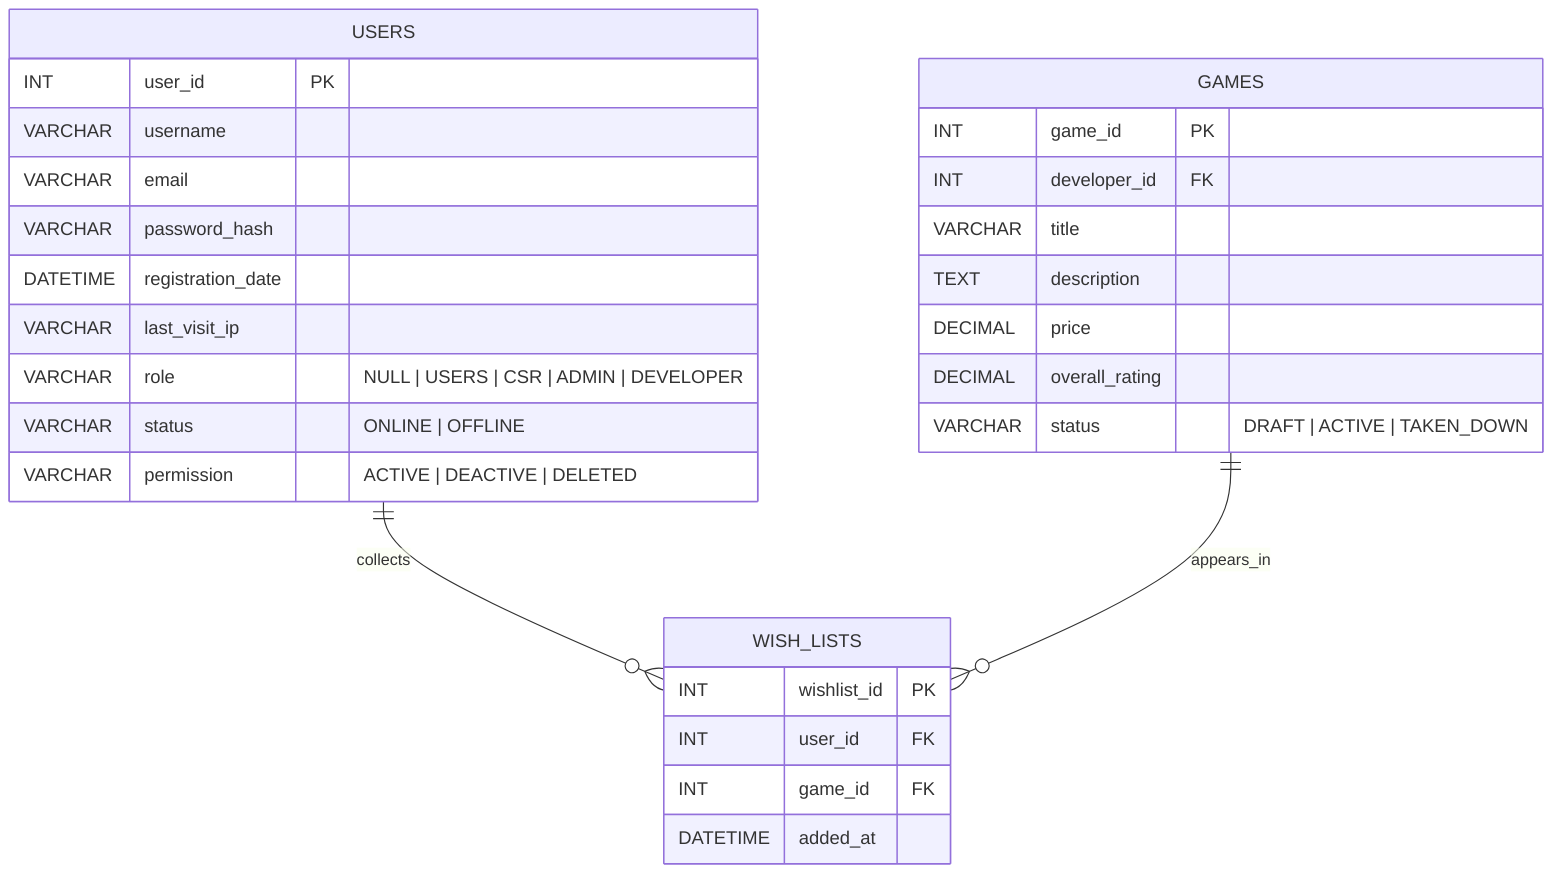
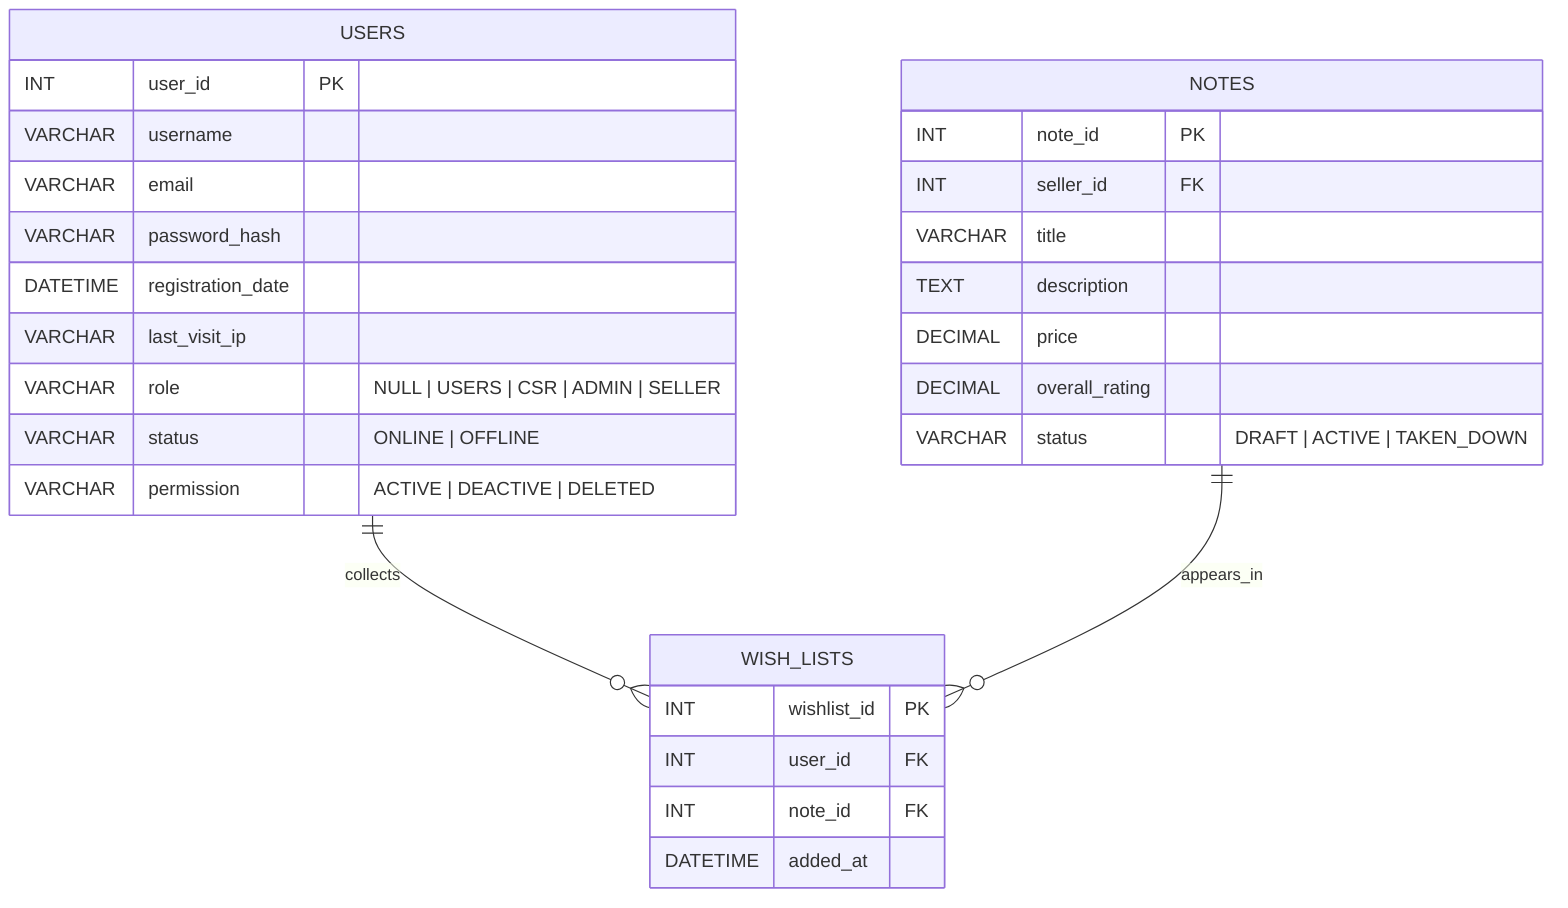
erDiagram
    USERS {
        INT user_id PK
        VARCHAR username
        VARCHAR email
        VARCHAR password_hash
        DATETIME registration_date
        VARCHAR last_visit_ip
-         VARCHAR role "NULL | USERS | CSR | ADMIN | DEVELOPER"
+         VARCHAR role "NULL | USERS | CSR | ADMIN | SELLER"
        VARCHAR status "ONLINE | OFFLINE"
        VARCHAR permission "ACTIVE | DEACTIVE | DELETED"
    }
-     GAMES {
-         INT game_id PK
-         INT developer_id FK
+     NOTES {
+         INT note_id PK
+         INT seller_id FK
        VARCHAR title
        TEXT description
        DECIMAL price
        DECIMAL overall_rating
        VARCHAR status "DRAFT | ACTIVE | TAKEN_DOWN"
    }
    WISH_LISTS {
        INT wishlist_id PK
        INT user_id FK
-         INT game_id FK
+         INT note_id FK
        DATETIME added_at
    }

    USERS ||--o{ WISH_LISTS : collects
-     GAMES ||--o{ WISH_LISTS : appears_in
+     NOTES ||--o{ WISH_LISTS : appears_in
